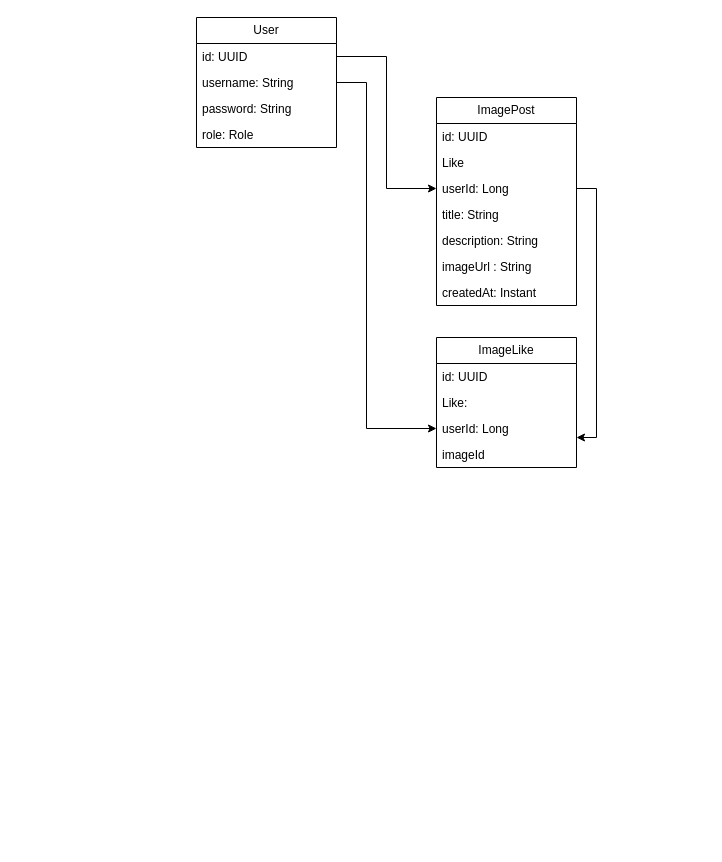
Before: erd.drawio in dgdecorso/backend-imageTest, a draw.io diagram. Source tidied: cells renumbered, new cells numbered last; positions are measured from the earlier drawing's top-left corner, leaving out a move shared by most shapes. Both pictures are drawn from the tidied source at 100%, with x=0, y=0 at pixel (196, 17).
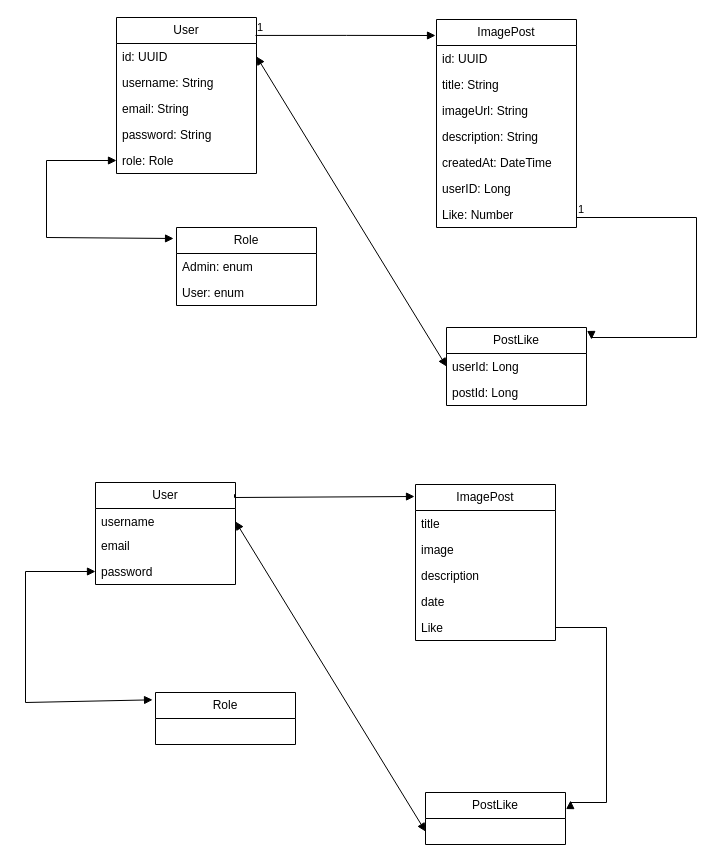
The same page after the edit.

The change refers to these unchanged cells:
```xml
<mxCell id="3" value="id: UUID" style="text;strokeColor=none;fillColor=none;align=left;verticalAlign=top;spacingLeft=4;spacingRight=4;overflow=hidden;points=[[0,0.5],[1,0.5]];portConstraint=eastwest;whiteSpace=wrap;html=1;" parent="2" vertex="1">
  <mxGeometry y="26" width="140" height="26" as="geometry" />
</mxCell>
<mxCell id="4" value="username: String" style="text;strokeColor=none;fillColor=none;align=left;verticalAlign=top;spacingLeft=4;spacingRight=4;overflow=hidden;points=[[0,0.5],[1,0.5]];portConstraint=eastwest;whiteSpace=wrap;html=1;" parent="2" vertex="1">
  <mxGeometry y="52" width="140" height="26" as="geometry" />
</mxCell>
```

The edit, as a diff of the source:
```diff
@@
     <mxCell id="2" value="User" style="swimlane;fontStyle=0;horizontal=1;startSize=26;fillColor=none;whiteSpace=wrap;html=1;" parent="1" vertex="1">
-      <mxGeometry width="140" height="130" as="geometry" />
+      <mxGeometry x="-80" width="140" height="156" as="geometry" />
     </mxCell>
@@
+    <mxCell id="23" value="email: String" style="text;strokeColor=none;fillColor=none;align=left;verticalAlign=top;spacingLeft=4;spacingRight=4;overflow=hidden;whiteSpace=wrap;html=1;" parent="2" vertex="1">
+      <mxGeometry y="78" width="140" height="26" as="geometry" />
+    </mxCell>
     <mxCell id="5" value="password: String" style="text;strokeColor=none;fillColor=none;align=left;verticalAlign=top;spacingLeft=4;spacingRight=4;overflow=hidden;whiteSpace=wrap;html=1;" parent="2" vertex="1">
-      <mxGeometry y="78" width="140" height="26" as="geometry" />
+      <mxGeometry y="104" width="140" height="26" as="geometry" />
     </mxCell>
     <mxCell id="6" value="role:&amp;nbsp;Role" style="text;strokeColor=none;fillColor=none;align=left;verticalAlign=top;spacingLeft=4;spacingRight=4;overflow=hidden;points=[[0,0.5],[1,0.5]];portConstraint=eastwest;whiteSpace=wrap;html=1;" parent="2" vertex="1">
-      <mxGeometry y="104" width="140" height="26" as="geometry" />
+      <mxGeometry y="130" width="140" height="26" as="geometry" />
     </mxCell>
     <mxCell id="7" value="ImagePost" style="swimlane;fontStyle=0;horizontal=1;startSize=26;fillColor=none;whiteSpace=wrap;html=1;" parent="1" vertex="1">
-      <mxGeometry x="240" y="80" width="140" height="208" as="geometry" />
+      <mxGeometry x="240" y="2" width="140" height="208" as="geometry" />
     </mxCell>
@@
-    <mxCell id="9" value="Like&amp;nbsp;" style="text;strokeColor=none;fillColor=none;align=left;verticalAlign=top;spacingLeft=4;spacingRight=4;overflow=hidden;whiteSpace=wrap;html=1;" parent="7" vertex="1">
+    <mxCell id="9" value="title: String" style="text;strokeColor=none;fillColor=none;align=left;verticalAlign=top;spacingLeft=4;spacingRight=4;overflow=hidden;whiteSpace=wrap;html=1;" parent="7" vertex="1">
       <mxGeometry y="52" width="140" height="26" as="geometry" />
     </mxCell>
-    <mxCell id="10" value="userId: Long" style="text;strokeColor=none;fillColor=none;align=left;verticalAlign=top;spacingLeft=4;spacingRight=4;overflow=hidden;points=[[0,0.5],[1,0.5]];portConstraint=eastwest;whiteSpace=wrap;html=1;" parent="7" vertex="1">
+    <mxCell id="10" value="imageUrl: String" style="text;strokeColor=none;fillColor=none;align=left;verticalAlign=top;spacingLeft=4;spacingRight=4;overflow=hidden;points=[[0,0.5],[1,0.5]];portConstraint=eastwest;whiteSpace=wrap;html=1;" parent="7" vertex="1">
       <mxGeometry y="78" width="140" height="26" as="geometry" />
     </mxCell>
-    <mxCell id="11" value="title: String" style="text;strokeColor=none;fillColor=none;align=left;verticalAlign=top;spacingLeft=4;spacingRight=4;overflow=hidden;whiteSpace=wrap;html=1;" parent="7" vertex="1">
+    <mxCell id="11" value="description: String" style="text;strokeColor=none;fillColor=none;align=left;verticalAlign=top;spacingLeft=4;spacingRight=4;overflow=hidden;whiteSpace=wrap;html=1;" parent="7" vertex="1">
       <mxGeometry y="104" width="140" height="26" as="geometry" />
     </mxCell>
-    <mxCell id="12" value="description: String" style="text;strokeColor=none;fillColor=none;align=left;verticalAlign=top;spacingLeft=4;spacingRight=4;overflow=hidden;whiteSpace=wrap;html=1;" parent="7" vertex="1">
+    <mxCell id="12" value="createdAt: DateTime" style="text;strokeColor=none;fillColor=none;align=left;verticalAlign=top;spacingLeft=4;spacingRight=4;overflow=hidden;whiteSpace=wrap;html=1;" parent="7" vertex="1">
       <mxGeometry y="130" width="140" height="26" as="geometry" />
     </mxCell>
-    <mxCell id="13" value="imageUrl : String" style="text;strokeColor=none;fillColor=none;align=left;verticalAlign=top;spacingLeft=4;spacingRight=4;overflow=hidden;whiteSpace=wrap;html=1;" parent="7" vertex="1">
+    <mxCell id="13" value="userID: Long" style="text;strokeColor=none;fillColor=none;align=left;verticalAlign=top;spacingLeft=4;spacingRight=4;overflow=hidden;whiteSpace=wrap;html=1;" parent="7" vertex="1">
       <mxGeometry y="156" width="140" height="26" as="geometry" />
     </mxCell>
-    <mxCell id="14" value="createdAt: Instant" style="text;strokeColor=none;fillColor=none;align=left;verticalAlign=top;spacingLeft=4;spacingRight=4;overflow=hidden;whiteSpace=wrap;html=1;" parent="7" vertex="1">
+    <mxCell id="14" value="Like: Number" style="text;strokeColor=none;fillColor=none;align=left;verticalAlign=top;spacingLeft=4;spacingRight=4;overflow=hidden;whiteSpace=wrap;html=1;" parent="7" vertex="1">
       <mxGeometry y="182" width="140" height="26" as="geometry" />
     </mxCell>
-    <mxCell id="15" value="ImageLike" style="swimlane;fontStyle=0;horizontal=1;startSize=26;fillColor=none;whiteSpace=wrap;html=1;" parent="1" vertex="1">
-      <mxGeometry x="240" y="320" width="140" height="130" as="geometry" />
+    <mxCell id="15" value="PostLike" style="swimlane;fontStyle=0;horizontal=1;startSize=26;fillColor=none;whiteSpace=wrap;html=1;" parent="1" vertex="1">
+      <mxGeometry x="250" y="310" width="140" height="78" as="geometry" />
     </mxCell>
-    <mxCell id="16" value="id: UUID" style="text;strokeColor=none;fillColor=none;align=left;verticalAlign=top;spacingLeft=4;spacingRight=4;overflow=hidden;whiteSpace=wrap;html=1;" parent="15" vertex="1">
-      <mxGeometry y="26" width="140" height="26" as="geometry" />
-    </mxCell>
-    <mxCell id="17" value="Like:" style="text;strokeColor=none;fillColor=none;align=left;verticalAlign=top;spacingLeft=4;spacingRight=4;overflow=hidden;points=[[0,0.5],[1,0.5]];portConstraint=eastwest;whiteSpace=wrap;html=1;" parent="15" vertex="1">
-      <mxGeometry y="52" width="140" height="26" as="geometry" />
+    <mxCell id="17" value="userId: Long" style="text;strokeColor=none;fillColor=none;align=left;verticalAlign=top;spacingLeft=4;spacingRight=4;overflow=hidden;points=[[0,0.5],[1,0.5]];portConstraint=eastwest;whiteSpace=wrap;html=1;" parent="15" vertex="1">
+      <mxGeometry y="26" width="140" height="26" as="geometry" />
     </mxCell>
-    <mxCell id="18" value="userId: Long" style="text;strokeColor=none;fillColor=none;align=left;verticalAlign=top;spacingLeft=4;spacingRight=4;overflow=hidden;points=[[0,0.5],[1,0.5]];portConstraint=eastwest;whiteSpace=wrap;html=1;" parent="15" vertex="1">
-      <mxGeometry y="78" width="140" height="26" as="geometry" />
+    <mxCell id="18" value="postId: Long" style="text;strokeColor=none;fillColor=none;align=left;verticalAlign=top;spacingLeft=4;spacingRight=4;overflow=hidden;points=[[0,0.5],[1,0.5]];portConstraint=eastwest;whiteSpace=wrap;html=1;" parent="15" vertex="1">
+      <mxGeometry y="52" width="140" height="26" as="geometry" />
     </mxCell>
-    <mxCell id="19" value="imageId" style="text;strokeColor=none;fillColor=none;align=left;verticalAlign=top;spacingLeft=4;spacingRight=4;overflow=hidden;whiteSpace=wrap;html=1;" parent="15" vertex="1">
-      <mxGeometry y="104" width="140" height="26" as="geometry" />
-    </mxCell>
-    <mxCell id="20" style="edgeStyle=orthogonalEdgeStyle;rounded=0;jettySize=auto;html=1;exitX=1;exitY=0.5;exitDx=0;exitDy=0;entryX=0;entryY=0.5;entryDx=0;entryDy=0;" parent="1" edge="1" source="3" target="10">
-      <mxGeometry relative="1" as="geometry" />
-    </mxCell>
-    <mxCell id="21" style="edgeStyle=orthogonalEdgeStyle;rounded=0;jettySize=auto;html=1;exitX=1;exitY=0.5;exitDx=0;exitDy=0;entryX=1;entryY=0.846;entryDx=0;entryDy=0;entryPerimeter=0;" parent="1" edge="1" source="10" target="18">
-      <mxGeometry relative="1" as="geometry" />
-    </mxCell>
-    <mxCell id="22" style="edgeStyle=orthogonalEdgeStyle;rounded=0;jettySize=auto;html=1;exitX=1;exitY=0.5;exitDx=0;exitDy=0;" parent="1" edge="1" source="4" target="18">
-      <mxGeometry relative="1" as="geometry">
-        <Array as="points">
-          <mxPoint x="170" y="65" />
-          <mxPoint x="170" y="411" />
-        </Array>
-      </mxGeometry>
-    </mxCell>
+    <mxCell id="24" value="Role" style="swimlane;fontStyle=0;horizontal=1;startSize=26;fillColor=none;whiteSpace=wrap;html=1;" parent="1" vertex="1">
+      <mxGeometry x="-20" y="210" width="140" height="78" as="geometry" />
+    </mxCell>
+    <mxCell id="25" value="Admin: enum" style="text;strokeColor=none;fillColor=none;align=left;verticalAlign=top;spacingLeft=4;spacingRight=4;overflow=hidden;whiteSpace=wrap;html=1;" parent="24" vertex="1">
+      <mxGeometry y="26" width="140" height="26" as="geometry" />
+    </mxCell>
+    <mxCell id="26" value="User: enum" style="text;strokeColor=none;fillColor=none;align=left;verticalAlign=top;spacingLeft=4;spacingRight=4;overflow=hidden;whiteSpace=wrap;html=1;" parent="24" vertex="1">
+      <mxGeometry y="52" width="140" height="26" as="geometry" />
+    </mxCell>
+    <mxCell id="27" style="endArrow=block;endFill=1;html=1;edgeStyle=orthogonalEdgeStyle;align=left;verticalAlign=top;rounded=0;entryX=-0.007;entryY=0.077;entryDx=0;entryDy=0;entryPerimeter=0;exitX=0.993;exitY=0.115;exitDx=0;exitDy=0;exitPerimeter=0;" parent="1" edge="1" source="2" target="7">
+      <mxGeometry x="-1" relative="1" as="geometry" />
+    </mxCell>
+    <mxCell id="28" value="1" style="edgeLabel;html=1;align=left;verticalAlign=bottom;" parent="27" vertex="1">
+      <mxGeometry x="-1" relative="1" as="geometry" />
+    </mxCell>
+    <mxCell id="29" style="endArrow=block;startArrow=block;endFill=1;startFill=1;html=1;rounded=0;entryX=-0.021;entryY=0.141;entryDx=0;entryDy=0;exitX=0;exitY=0.5;exitDx=0;exitDy=0;entryPerimeter=0;" parent="1" edge="1" source="6" target="24">
+      <mxGeometry relative="1" as="geometry">
+        <Array as="points">
+          <mxPoint x="-150" y="143" />
+          <mxPoint x="-150" y="220" />
+        </Array>
+      </mxGeometry>
+    </mxCell>
+    <mxCell id="30" style="endArrow=block;endFill=1;html=1;edgeStyle=orthogonalEdgeStyle;align=left;verticalAlign=top;rounded=0;entryX=1.036;entryY=0.154;entryDx=0;entryDy=0;entryPerimeter=0;" parent="1" edge="1" target="15">
+      <mxGeometry x="-1" relative="1" as="geometry">
+        <mxPoint x="380" y="200" as="sourcePoint" />
+        <Array as="points">
+          <mxPoint x="500" y="200" />
+          <mxPoint x="500" y="320" />
+          <mxPoint x="395" y="320" />
+        </Array>
+      </mxGeometry>
+    </mxCell>
+    <mxCell id="31" value="1" style="edgeLabel;html=1;align=left;verticalAlign=bottom;" parent="30" vertex="1">
+      <mxGeometry x="-1" relative="1" as="geometry" />
+    </mxCell>
+    <mxCell id="32" style="endArrow=block;startArrow=block;endFill=1;startFill=1;html=1;rounded=0;exitX=1;exitY=0.5;exitDx=0;exitDy=0;entryX=0;entryY=0.5;entryDx=0;entryDy=0;" parent="1" edge="1" source="3" target="17">
+      <mxGeometry relative="1" as="geometry" />
+    </mxCell>
+    <mxCell id="33" value="User" style="swimlane;fontStyle=0;horizontal=1;startSize=26;fillColor=none;whiteSpace=wrap;html=1;" parent="1" vertex="1">
+      <mxGeometry x="-101" y="465" width="140" height="102" as="geometry" />
+    </mxCell>
+    <mxCell id="34" value="username" style="text;strokeColor=none;fillColor=none;align=left;verticalAlign=top;spacingLeft=4;spacingRight=4;overflow=hidden;whiteSpace=wrap;html=1;" parent="33" vertex="1">
+      <mxGeometry y="26" width="140" height="24" as="geometry" />
+    </mxCell>
+    <mxCell id="35" value="email" style="text;strokeColor=none;fillColor=none;align=left;verticalAlign=top;spacingLeft=4;spacingRight=4;overflow=hidden;whiteSpace=wrap;html=1;" parent="33" vertex="1">
+      <mxGeometry y="50" width="140" height="26" as="geometry" />
+    </mxCell>
+    <mxCell id="36" value="password" style="text;strokeColor=none;fillColor=none;align=left;verticalAlign=top;spacingLeft=4;spacingRight=4;overflow=hidden;points=[[0,0.5],[1,0.5]];portConstraint=eastwest;whiteSpace=wrap;html=1;" parent="33" vertex="1">
+      <mxGeometry y="76" width="140" height="26" as="geometry" />
+    </mxCell>
+    <mxCell id="37" value="ImagePost" style="swimlane;fontStyle=0;horizontal=1;startSize=26;fillColor=none;whiteSpace=wrap;html=1;" parent="1" vertex="1">
+      <mxGeometry x="219" y="467" width="140" height="156" as="geometry" />
+    </mxCell>
+    <mxCell id="38" value="title" style="text;strokeColor=none;fillColor=none;align=left;verticalAlign=top;spacingLeft=4;spacingRight=4;overflow=hidden;whiteSpace=wrap;html=1;" parent="37" vertex="1">
+      <mxGeometry y="26" width="140" height="26" as="geometry" />
+    </mxCell>
+    <mxCell id="39" value="image" style="text;strokeColor=none;fillColor=none;align=left;verticalAlign=top;spacingLeft=4;spacingRight=4;overflow=hidden;whiteSpace=wrap;html=1;" parent="37" vertex="1">
+      <mxGeometry y="52" width="140" height="26" as="geometry" />
+    </mxCell>
+    <mxCell id="40" value="description" style="text;strokeColor=none;fillColor=none;align=left;verticalAlign=top;spacingLeft=4;spacingRight=4;overflow=hidden;whiteSpace=wrap;html=1;" parent="37" vertex="1">
+      <mxGeometry y="78" width="140" height="26" as="geometry" />
+    </mxCell>
+    <mxCell id="41" value="date" style="text;strokeColor=none;fillColor=none;align=left;verticalAlign=top;spacingLeft=4;spacingRight=4;overflow=hidden;whiteSpace=wrap;html=1;" parent="37" vertex="1">
+      <mxGeometry y="104" width="140" height="26" as="geometry" />
+    </mxCell>
+    <mxCell id="42" value="Like" style="text;strokeColor=none;fillColor=none;align=left;verticalAlign=top;spacingLeft=4;spacingRight=4;overflow=hidden;points=[[0,0.5],[1,0.5]];portConstraint=eastwest;whiteSpace=wrap;html=1;" parent="37" vertex="1">
+      <mxGeometry y="130" width="140" height="26" as="geometry" />
+    </mxCell>
+    <mxCell id="43" value="PostLike" style="swimlane;fontStyle=0;horizontal=1;startSize=26;fillColor=none;whiteSpace=wrap;html=1;" parent="1" vertex="1">
+      <mxGeometry x="229" y="775" width="140" height="52" as="geometry" />
+    </mxCell>
+    <mxCell id="44" value="Role" style="swimlane;fontStyle=0;horizontal=1;startSize=26;fillColor=none;whiteSpace=wrap;html=1;" parent="1" vertex="1">
+      <mxGeometry x="-41" y="675" width="140" height="52" as="geometry" />
+    </mxCell>
+    <mxCell id="45" style="endArrow=block;endFill=1;html=1;edgeStyle=orthogonalEdgeStyle;align=left;verticalAlign=top;rounded=0;entryX=-0.007;entryY=0.077;entryDx=0;entryDy=0;entryPerimeter=0;exitX=0.993;exitY=0.115;exitDx=0;exitDy=0;exitPerimeter=0;" parent="1" edge="1" source="33" target="37">
+      <mxGeometry x="-1" relative="1" as="geometry">
+        <Array as="points">
+          <mxPoint x="218" y="480" />
+        </Array>
+      </mxGeometry>
+    </mxCell>
+    <mxCell id="46" style="endArrow=block;startArrow=block;endFill=1;startFill=1;html=1;rounded=0;entryX=-0.021;entryY=0.141;entryDx=0;entryDy=0;exitX=0;exitY=0.5;exitDx=0;exitDy=0;entryPerimeter=0;" parent="1" edge="1" source="36" target="44">
+      <mxGeometry relative="1" as="geometry">
+        <Array as="points">
+          <mxPoint x="-171" y="554" />
+          <mxPoint x="-171" y="685" />
+        </Array>
+      </mxGeometry>
+    </mxCell>
+    <mxCell id="47" style="endArrow=block;endFill=1;html=1;edgeStyle=orthogonalEdgeStyle;align=left;verticalAlign=top;rounded=0;entryX=1.036;entryY=0.154;entryDx=0;entryDy=0;entryPerimeter=0;exitX=1;exitY=0.5;exitDx=0;exitDy=0;" parent="1" edge="1" source="42" target="43">
+      <mxGeometry x="-1" relative="1" as="geometry">
+        <Array as="points">
+          <mxPoint x="410" y="610" />
+          <mxPoint x="410" y="785" />
+          <mxPoint x="374" y="785" />
+        </Array>
+      </mxGeometry>
+    </mxCell>
+    <mxCell id="48" style="endArrow=block;startArrow=block;endFill=1;startFill=1;html=1;rounded=0;exitX=1;exitY=0.5;exitDx=0;exitDy=0;entryX=0;entryY=0.5;entryDx=0;entryDy=0;" parent="1" edge="1">
+      <mxGeometry relative="1" as="geometry">
+        <mxPoint x="39" y="504" as="sourcePoint" />
+        <mxPoint x="229" y="814" as="targetPoint" />
+      </mxGeometry>
+    </mxCell>
```
